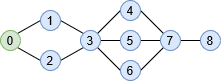
Earlier version of the draw.io export documentation/latex/img/branchIn.png (MPinna/epidemic_broadcast). Source tidied: cells renumbered, new cells last; positions are measured from the earlier drawing's top-left corner, leaving out a move shared by most shapes. Source of this version:
```xml
<mxGraphModel>
  <root>
    <mxCell id="0" />
    <mxCell id="1" parent="0" />
    <mxCell id="2" style="rounded=0;jettySize=auto;html=1;exitX=1;exitY=0;exitDx=0;exitDy=0;entryX=0;entryY=0.5;entryDx=0;entryDy=0;endArrow=none;endFill=0;" parent="1" edge="1" source="4" target="6">
      <mxGeometry relative="1" as="geometry" />
    </mxCell>
    <mxCell id="3" style="edgeStyle=none;rounded=0;jettySize=auto;html=1;exitX=1;exitY=1;exitDx=0;exitDy=0;entryX=0;entryY=0.5;entryDx=0;entryDy=0;endArrow=none;endFill=0;strokeColor=#000000;" parent="1" edge="1" source="4" target="8">
      <mxGeometry relative="1" as="geometry" />
    </mxCell>
    <mxCell id="4" value="&lt;div&gt;0&lt;/div&gt;" style="ellipse;whiteSpace=wrap;html=1;fillColor=#d5e8d4;strokeColor=#82b366;" parent="1" vertex="1">
      <mxGeometry y="30" width="20" height="20" as="geometry" />
    </mxCell>
    <mxCell id="5" style="edgeStyle=none;rounded=0;jettySize=auto;html=1;exitX=1;exitY=0.5;exitDx=0;exitDy=0;entryX=0;entryY=0;entryDx=0;entryDy=0;endArrow=none;endFill=0;strokeColor=#000000;" parent="1" edge="1" source="6" target="12">
      <mxGeometry relative="1" as="geometry" />
    </mxCell>
    <mxCell id="6" value="1" style="ellipse;whiteSpace=wrap;html=1;fillColor=#dae8fc;strokeColor=#6c8ebf;" parent="1" vertex="1">
      <mxGeometry x="40" y="10" width="20" height="20" as="geometry" />
    </mxCell>
    <mxCell id="7" style="edgeStyle=none;rounded=0;jettySize=auto;html=1;exitX=1;exitY=0.5;exitDx=0;exitDy=0;entryX=0;entryY=1;entryDx=0;entryDy=0;endArrow=none;endFill=0;strokeColor=#000000;" parent="1" edge="1" source="8" target="12">
      <mxGeometry relative="1" as="geometry" />
    </mxCell>
    <mxCell id="8" value="2" style="ellipse;whiteSpace=wrap;html=1;fillColor=#dae8fc;strokeColor=#6c8ebf;" parent="1" vertex="1">
      <mxGeometry x="40" y="50" width="20" height="20" as="geometry" />
    </mxCell>
    <mxCell id="9" style="edgeStyle=none;rounded=0;jettySize=auto;html=1;exitX=1;exitY=0.5;exitDx=0;exitDy=0;entryX=0;entryY=0.5;entryDx=0;entryDy=0;endArrow=none;endFill=0;strokeColor=#000000;" parent="1" edge="1" source="12" target="16">
      <mxGeometry relative="1" as="geometry" />
    </mxCell>
    <mxCell id="10" style="edgeStyle=none;rounded=0;jettySize=auto;html=1;exitX=1;exitY=0;exitDx=0;exitDy=0;entryX=0;entryY=0.5;entryDx=0;entryDy=0;endArrow=none;endFill=0;strokeColor=#000000;" parent="1" edge="1" source="12" target="14">
      <mxGeometry relative="1" as="geometry" />
    </mxCell>
    <mxCell id="11" style="edgeStyle=none;rounded=0;jettySize=auto;html=1;exitX=1;exitY=1;exitDx=0;exitDy=0;entryX=0;entryY=0.5;entryDx=0;entryDy=0;endArrow=none;endFill=0;strokeColor=#000000;" parent="1" edge="1" source="12" target="18">
      <mxGeometry relative="1" as="geometry" />
    </mxCell>
    <mxCell id="12" value="3" style="ellipse;whiteSpace=wrap;html=1;fillColor=#dae8fc;strokeColor=#6c8ebf;" parent="1" vertex="1">
      <mxGeometry x="80" y="30" width="20" height="20" as="geometry" />
    </mxCell>
    <mxCell id="13" style="edgeStyle=none;rounded=0;jettySize=auto;html=1;exitX=1;exitY=0.5;exitDx=0;exitDy=0;entryX=0;entryY=0;entryDx=0;entryDy=0;endArrow=none;endFill=0;strokeColor=#000000;" parent="1" edge="1" source="14" target="20">
      <mxGeometry relative="1" as="geometry" />
    </mxCell>
    <mxCell id="14" value="4" style="ellipse;whiteSpace=wrap;html=1;fillColor=#dae8fc;strokeColor=#6c8ebf;" parent="1" vertex="1">
      <mxGeometry x="120" width="20" height="20" as="geometry" />
    </mxCell>
    <mxCell id="15" style="edgeStyle=none;rounded=0;jettySize=auto;html=1;exitX=1;exitY=0.5;exitDx=0;exitDy=0;entryX=0;entryY=0.5;entryDx=0;entryDy=0;endArrow=none;endFill=0;strokeColor=#000000;" parent="1" edge="1" source="16" target="20">
      <mxGeometry relative="1" as="geometry" />
    </mxCell>
    <mxCell id="16" value="5" style="ellipse;whiteSpace=wrap;html=1;fillColor=#dae8fc;strokeColor=#6c8ebf;" parent="1" vertex="1">
      <mxGeometry x="120" y="30" width="20" height="20" as="geometry" />
    </mxCell>
    <mxCell id="17" style="edgeStyle=none;rounded=0;jettySize=auto;html=1;exitX=1;exitY=0.5;exitDx=0;exitDy=0;entryX=0;entryY=1;entryDx=0;entryDy=0;endArrow=none;endFill=0;strokeColor=#000000;" parent="1" edge="1" source="18" target="20">
      <mxGeometry relative="1" as="geometry" />
    </mxCell>
    <mxCell id="18" value="6" style="ellipse;whiteSpace=wrap;html=1;fillColor=#dae8fc;strokeColor=#6c8ebf;" parent="1" vertex="1">
      <mxGeometry x="120" y="60" width="20" height="20" as="geometry" />
    </mxCell>
    <mxCell id="19" style="edgeStyle=none;rounded=0;jettySize=auto;html=1;exitX=1;exitY=0.5;exitDx=0;exitDy=0;entryX=0;entryY=0.5;entryDx=0;entryDy=0;endArrow=none;endFill=0;strokeColor=#000000;" parent="1" edge="1" source="20" target="21">
      <mxGeometry relative="1" as="geometry" />
    </mxCell>
    <mxCell id="20" value="7" style="ellipse;whiteSpace=wrap;html=1;fillColor=#dae8fc;strokeColor=#6c8ebf;" parent="1" vertex="1">
      <mxGeometry x="160" y="30" width="20" height="20" as="geometry" />
    </mxCell>
    <mxCell id="21" value="8" style="ellipse;whiteSpace=wrap;html=1;fillColor=#dae8fc;strokeColor=#6c8ebf;" parent="1" vertex="1">
      <mxGeometry x="200" y="30" width="20" height="20" as="geometry" />
    </mxCell>
  </root>
</mxGraphModel>
```
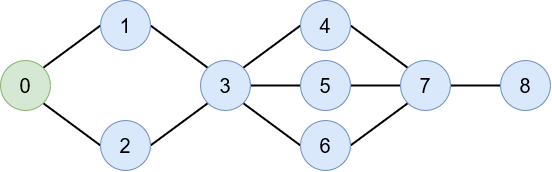
Later version of the same file.

Diff of the diagram source:
```diff
@@ -2,65 +2,65 @@
   <root>
     <mxCell id="0" />
     <mxCell id="1" parent="0" />
-    <mxCell id="2" style="rounded=0;jettySize=auto;html=1;exitX=1;exitY=0;exitDx=0;exitDy=0;entryX=0;entryY=0.5;entryDx=0;entryDy=0;endArrow=none;endFill=0;" parent="1" edge="1" source="4" target="6">
+    <mxCell id="2" style="edgeStyle=none;rounded=0;jettySize=auto;html=1;exitX=1;exitY=0;exitDx=0;exitDy=0;entryX=0;entryY=0.5;entryDx=0;entryDy=0;endArrow=none;endFill=0;fontSize=20;strokeWidth=2;" parent="1" edge="1" source="4" target="6">
       <mxGeometry relative="1" as="geometry" />
     </mxCell>
-    <mxCell id="3" style="edgeStyle=none;rounded=0;jettySize=auto;html=1;exitX=1;exitY=1;exitDx=0;exitDy=0;entryX=0;entryY=0.5;entryDx=0;entryDy=0;endArrow=none;endFill=0;strokeColor=#000000;" parent="1" edge="1" source="4" target="8">
+    <mxCell id="3" style="edgeStyle=none;rounded=0;jettySize=auto;html=1;exitX=1;exitY=1;exitDx=0;exitDy=0;entryX=0;entryY=0.5;entryDx=0;entryDy=0;endArrow=none;endFill=0;fontSize=20;strokeWidth=2;" parent="1" edge="1" source="4" target="8">
       <mxGeometry relative="1" as="geometry" />
     </mxCell>
-    <mxCell id="4" value="&lt;div&gt;0&lt;/div&gt;" style="ellipse;whiteSpace=wrap;html=1;fillColor=#d5e8d4;strokeColor=#82b366;" parent="1" vertex="1">
-      <mxGeometry y="30" width="20" height="20" as="geometry" />
+    <mxCell id="4" value="&lt;div style=&quot;font-size: 20px;&quot;&gt;0&lt;/div&gt;" style="ellipse;whiteSpace=wrap;html=1;fillColor=#d5e8d4;strokeColor=#82b366;fontSize=20;" parent="1" vertex="1">
+      <mxGeometry x="-70" y="170" width="50" height="50" as="geometry" />
     </mxCell>
-    <mxCell id="5" style="edgeStyle=none;rounded=0;jettySize=auto;html=1;exitX=1;exitY=0.5;exitDx=0;exitDy=0;entryX=0;entryY=0;entryDx=0;entryDy=0;endArrow=none;endFill=0;strokeColor=#000000;" parent="1" edge="1" source="6" target="12">
+    <mxCell id="5" style="edgeStyle=none;rounded=0;jettySize=auto;html=1;exitX=1;exitY=0.5;exitDx=0;exitDy=0;entryX=0;entryY=0;entryDx=0;entryDy=0;endArrow=none;endFill=0;fontSize=20;strokeWidth=2;" parent="1" edge="1" source="6" target="12">
       <mxGeometry relative="1" as="geometry" />
     </mxCell>
-    <mxCell id="6" value="1" style="ellipse;whiteSpace=wrap;html=1;fillColor=#dae8fc;strokeColor=#6c8ebf;" parent="1" vertex="1">
-      <mxGeometry x="40" y="10" width="20" height="20" as="geometry" />
+    <mxCell id="6" value="1" style="ellipse;whiteSpace=wrap;html=1;fillColor=#dae8fc;strokeColor=#6c8ebf;fontSize=20;" parent="1" vertex="1">
+      <mxGeometry x="30" y="110" width="50" height="50" as="geometry" />
     </mxCell>
-    <mxCell id="7" style="edgeStyle=none;rounded=0;jettySize=auto;html=1;exitX=1;exitY=0.5;exitDx=0;exitDy=0;entryX=0;entryY=1;entryDx=0;entryDy=0;endArrow=none;endFill=0;strokeColor=#000000;" parent="1" edge="1" source="8" target="12">
+    <mxCell id="7" style="edgeStyle=none;rounded=0;jettySize=auto;html=1;exitX=1;exitY=0.5;exitDx=0;exitDy=0;entryX=0;entryY=1;entryDx=0;entryDy=0;endArrow=none;endFill=0;fontSize=20;strokeWidth=2;" parent="1" edge="1" source="8" target="12">
       <mxGeometry relative="1" as="geometry" />
     </mxCell>
-    <mxCell id="8" value="2" style="ellipse;whiteSpace=wrap;html=1;fillColor=#dae8fc;strokeColor=#6c8ebf;" parent="1" vertex="1">
-      <mxGeometry x="40" y="50" width="20" height="20" as="geometry" />
+    <mxCell id="8" value="2" style="ellipse;whiteSpace=wrap;html=1;fillColor=#dae8fc;strokeColor=#6c8ebf;fontSize=20;" parent="1" vertex="1">
+      <mxGeometry x="30" y="230" width="50" height="50" as="geometry" />
     </mxCell>
+    <mxCell id="10" style="edgeStyle=none;rounded=0;jettySize=auto;html=1;exitX=1;exitY=0;exitDx=0;exitDy=0;entryX=0;entryY=0.5;entryDx=0;entryDy=0;endArrow=none;endFill=0;fontSize=20;strokeWidth=2;" parent="1" edge="1" source="12" target="14">
+      <mxGeometry relative="1" as="geometry" />
+    </mxCell>
-    <mxCell id="9" style="edgeStyle=none;rounded=0;jettySize=auto;html=1;exitX=1;exitY=0.5;exitDx=0;exitDy=0;entryX=0;entryY=0.5;entryDx=0;entryDy=0;endArrow=none;endFill=0;strokeColor=#000000;" parent="1" edge="1" source="12" target="16">
+    <mxCell id="9" style="edgeStyle=none;rounded=0;jettySize=auto;html=1;exitX=1;exitY=0.5;exitDx=0;exitDy=0;entryX=0;entryY=0.5;entryDx=0;entryDy=0;endArrow=none;endFill=0;fontSize=20;strokeWidth=2;" parent="1" edge="1" source="12" target="16">
       <mxGeometry relative="1" as="geometry" />
     </mxCell>
-    <mxCell id="10" style="edgeStyle=none;rounded=0;jettySize=auto;html=1;exitX=1;exitY=0;exitDx=0;exitDy=0;entryX=0;entryY=0.5;entryDx=0;entryDy=0;endArrow=none;endFill=0;strokeColor=#000000;" parent="1" edge="1" source="12" target="14">
-      <mxGeometry relative="1" as="geometry" />
-    </mxCell>
-    <mxCell id="11" style="edgeStyle=none;rounded=0;jettySize=auto;html=1;exitX=1;exitY=1;exitDx=0;exitDy=0;entryX=0;entryY=0.5;entryDx=0;entryDy=0;endArrow=none;endFill=0;strokeColor=#000000;" parent="1" edge="1" source="12" target="18">
+    <mxCell id="11" style="edgeStyle=none;rounded=0;jettySize=auto;html=1;exitX=1;exitY=1;exitDx=0;exitDy=0;entryX=0;entryY=0.5;entryDx=0;entryDy=0;endArrow=none;endFill=0;fontSize=20;strokeWidth=2;" parent="1" edge="1" source="12" target="18">
       <mxGeometry relative="1" as="geometry" />
     </mxCell>
-    <mxCell id="12" value="3" style="ellipse;whiteSpace=wrap;html=1;fillColor=#dae8fc;strokeColor=#6c8ebf;" parent="1" vertex="1">
-      <mxGeometry x="80" y="30" width="20" height="20" as="geometry" />
+    <mxCell id="12" value="3" style="ellipse;whiteSpace=wrap;html=1;fillColor=#dae8fc;strokeColor=#6c8ebf;fontSize=20;" parent="1" vertex="1">
+      <mxGeometry x="130" y="170" width="50" height="50" as="geometry" />
     </mxCell>
-    <mxCell id="13" style="edgeStyle=none;rounded=0;jettySize=auto;html=1;exitX=1;exitY=0.5;exitDx=0;exitDy=0;entryX=0;entryY=0;entryDx=0;entryDy=0;endArrow=none;endFill=0;strokeColor=#000000;" parent="1" edge="1" source="14" target="20">
+    <mxCell id="13" style="edgeStyle=none;rounded=0;jettySize=auto;html=1;exitX=1;exitY=0.5;exitDx=0;exitDy=0;entryX=0;entryY=0;entryDx=0;entryDy=0;endArrow=none;endFill=0;fontSize=20;strokeWidth=2;" parent="1" edge="1" source="14" target="20">
       <mxGeometry relative="1" as="geometry" />
     </mxCell>
-    <mxCell id="14" value="4" style="ellipse;whiteSpace=wrap;html=1;fillColor=#dae8fc;strokeColor=#6c8ebf;" parent="1" vertex="1">
-      <mxGeometry x="120" width="20" height="20" as="geometry" />
+    <mxCell id="14" value="4" style="ellipse;whiteSpace=wrap;html=1;fillColor=#dae8fc;strokeColor=#6c8ebf;fontSize=20;" parent="1" vertex="1">
+      <mxGeometry x="230" y="110" width="50" height="50" as="geometry" />
     </mxCell>
-    <mxCell id="15" style="edgeStyle=none;rounded=0;jettySize=auto;html=1;exitX=1;exitY=0.5;exitDx=0;exitDy=0;entryX=0;entryY=0.5;entryDx=0;entryDy=0;endArrow=none;endFill=0;strokeColor=#000000;" parent="1" edge="1" source="16" target="20">
+    <mxCell id="15" style="edgeStyle=none;rounded=0;jettySize=auto;html=1;exitX=1;exitY=0.5;exitDx=0;exitDy=0;entryX=0;entryY=0.5;entryDx=0;entryDy=0;endArrow=none;endFill=0;fontSize=20;strokeWidth=2;" parent="1" edge="1" source="16" target="20">
       <mxGeometry relative="1" as="geometry" />
     </mxCell>
-    <mxCell id="16" value="5" style="ellipse;whiteSpace=wrap;html=1;fillColor=#dae8fc;strokeColor=#6c8ebf;" parent="1" vertex="1">
-      <mxGeometry x="120" y="30" width="20" height="20" as="geometry" />
+    <mxCell id="16" value="5" style="ellipse;whiteSpace=wrap;html=1;fillColor=#dae8fc;strokeColor=#6c8ebf;fontSize=20;" parent="1" vertex="1">
+      <mxGeometry x="230" y="170" width="50" height="50" as="geometry" />
     </mxCell>
-    <mxCell id="17" style="edgeStyle=none;rounded=0;jettySize=auto;html=1;exitX=1;exitY=0.5;exitDx=0;exitDy=0;entryX=0;entryY=1;entryDx=0;entryDy=0;endArrow=none;endFill=0;strokeColor=#000000;" parent="1" edge="1" source="18" target="20">
+    <mxCell id="17" style="edgeStyle=none;rounded=0;jettySize=auto;html=1;exitX=1;exitY=0.5;exitDx=0;exitDy=0;entryX=0;entryY=1;entryDx=0;entryDy=0;endArrow=none;endFill=0;fontSize=20;strokeWidth=2;" parent="1" edge="1" source="18" target="20">
       <mxGeometry relative="1" as="geometry" />
     </mxCell>
-    <mxCell id="18" value="6" style="ellipse;whiteSpace=wrap;html=1;fillColor=#dae8fc;strokeColor=#6c8ebf;" parent="1" vertex="1">
-      <mxGeometry x="120" y="60" width="20" height="20" as="geometry" />
+    <mxCell id="18" value="6" style="ellipse;whiteSpace=wrap;html=1;fillColor=#dae8fc;strokeColor=#6c8ebf;fontSize=20;" parent="1" vertex="1">
+      <mxGeometry x="230" y="230" width="50" height="50" as="geometry" />
     </mxCell>
-    <mxCell id="19" style="edgeStyle=none;rounded=0;jettySize=auto;html=1;exitX=1;exitY=0.5;exitDx=0;exitDy=0;entryX=0;entryY=0.5;entryDx=0;entryDy=0;endArrow=none;endFill=0;strokeColor=#000000;" parent="1" edge="1" source="20" target="21">
+    <mxCell id="19" style="edgeStyle=none;rounded=0;jettySize=auto;html=1;exitX=1;exitY=0.5;exitDx=0;exitDy=0;entryX=0;entryY=0.5;entryDx=0;entryDy=0;endArrow=none;endFill=0;fontSize=20;strokeWidth=2;" parent="1" edge="1" source="20" target="21">
       <mxGeometry relative="1" as="geometry" />
     </mxCell>
-    <mxCell id="20" value="7" style="ellipse;whiteSpace=wrap;html=1;fillColor=#dae8fc;strokeColor=#6c8ebf;" parent="1" vertex="1">
-      <mxGeometry x="160" y="30" width="20" height="20" as="geometry" />
+    <mxCell id="20" value="7" style="ellipse;whiteSpace=wrap;html=1;fillColor=#dae8fc;strokeColor=#6c8ebf;fontSize=20;" parent="1" vertex="1">
+      <mxGeometry x="330" y="170" width="50" height="50" as="geometry" />
     </mxCell>
-    <mxCell id="21" value="8" style="ellipse;whiteSpace=wrap;html=1;fillColor=#dae8fc;strokeColor=#6c8ebf;" parent="1" vertex="1">
-      <mxGeometry x="200" y="30" width="20" height="20" as="geometry" />
+    <mxCell id="21" value="8" style="ellipse;whiteSpace=wrap;html=1;fillColor=#dae8fc;strokeColor=#6c8ebf;fontSize=20;" parent="1" vertex="1">
+      <mxGeometry x="430" y="170" width="50" height="50" as="geometry" />
     </mxCell>
   </root>
 </mxGraphModel>
```
